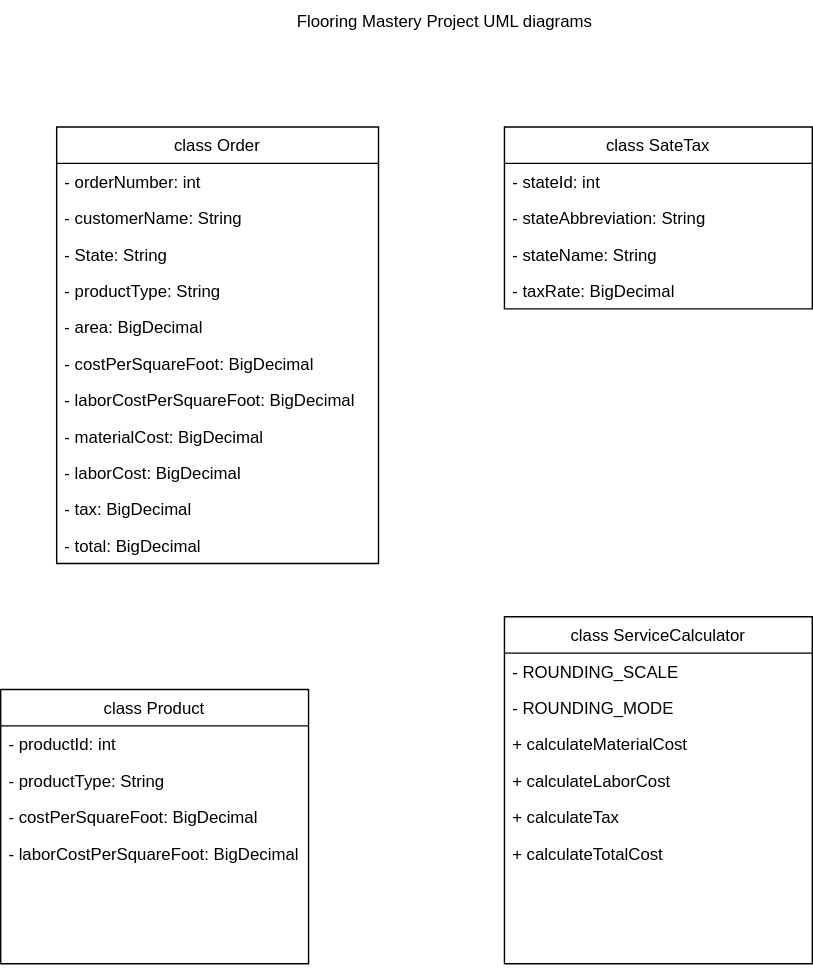
Earlier version of the draw.io export modelsUMLDiagrams.svg (The-Software-Guild/flooring-mastery---class-diagrams-flowchart-Cirufrank). Source tidied: cells renumbered, new cells last; positions are measured from the earlier drawing's top-left corner, leaving out a move shared by most shapes.
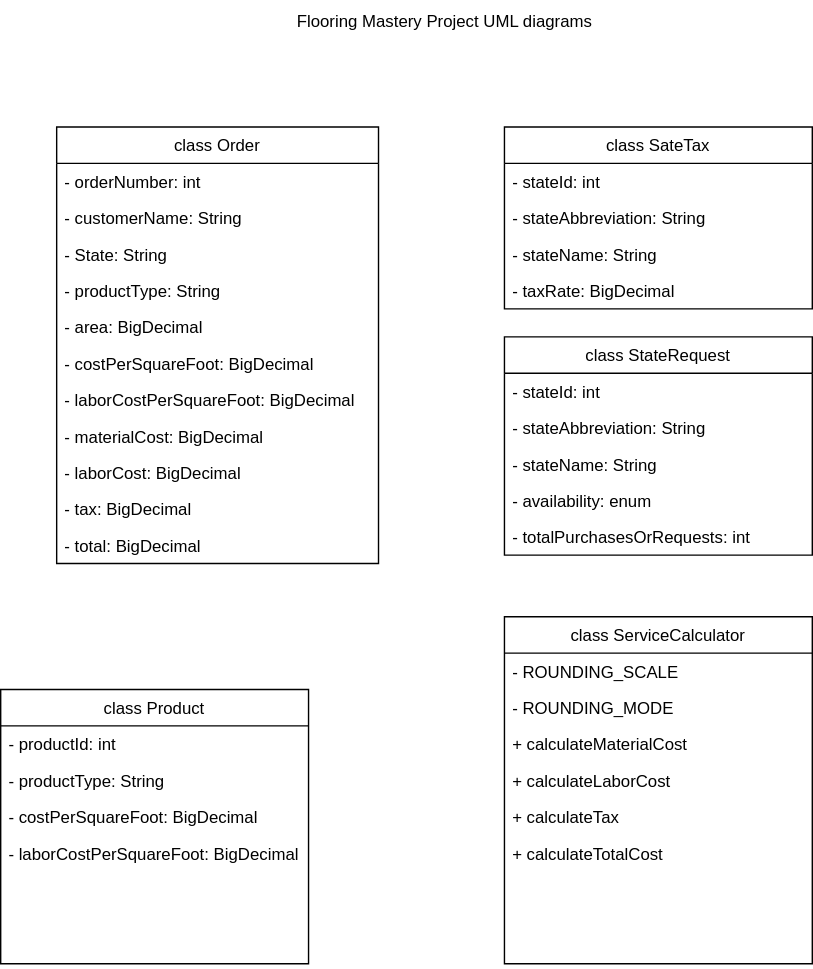
After the change.

Commit message:
Add a StateRequest class to the UML

The edit, as a diff of the source:
```diff
@@ -92,5 +92,23 @@
     <mxCell id="31" value="Flooring Mastery Project UML diagrams" style="text;html=1;strokeColor=none;fillColor=none;align=center;verticalAlign=middle;whiteSpace=wrap;rounded=0;" parent="1" vertex="1">
       <mxGeometry x="170" width="295" height="30" as="geometry" />
     </mxCell>
+    <mxCell id="32" value="class StateRequest" style="swimlane;fontStyle=0;horizontal=1;startSize=26;fillColor=none;" parent="1" vertex="1">
+      <mxGeometry x="360" y="240" width="220" height="156" as="geometry" />
+    </mxCell>
+    <mxCell id="33" value="- stateId: int" style="text;strokeColor=none;fillColor=none;align=left;verticalAlign=top;spacingLeft=4;spacingRight=4;overflow=hidden;" parent="32" vertex="1">
+      <mxGeometry y="26" width="220" height="26" as="geometry" />
+    </mxCell>
+    <mxCell id="34" value="- stateAbbreviation: String" style="text;strokeColor=none;fillColor=none;align=left;verticalAlign=top;spacingLeft=4;spacingRight=4;overflow=hidden;" parent="32" vertex="1">
+      <mxGeometry y="52" width="220" height="26" as="geometry" />
+    </mxCell>
+    <mxCell id="35" value="- stateName: String" style="text;strokeColor=none;fillColor=none;align=left;verticalAlign=top;spacingLeft=4;spacingRight=4;overflow=hidden;" parent="32" vertex="1">
+      <mxGeometry y="78" width="220" height="26" as="geometry" />
+    </mxCell>
+    <mxCell id="36" value="- availability: enum" style="text;strokeColor=none;fillColor=none;align=left;verticalAlign=top;spacingLeft=4;spacingRight=4;overflow=hidden;" parent="32" vertex="1">
+      <mxGeometry y="104" width="220" height="26" as="geometry" />
+    </mxCell>
+    <mxCell id="37" value="- totalPurchasesOrRequests: int" style="text;strokeColor=none;fillColor=none;align=left;verticalAlign=top;spacingLeft=4;spacingRight=4;overflow=hidden;" parent="32" vertex="1">
+      <mxGeometry y="130" width="220" height="26" as="geometry" />
+    </mxCell>
   </root>
 </mxGraphModel>
```
